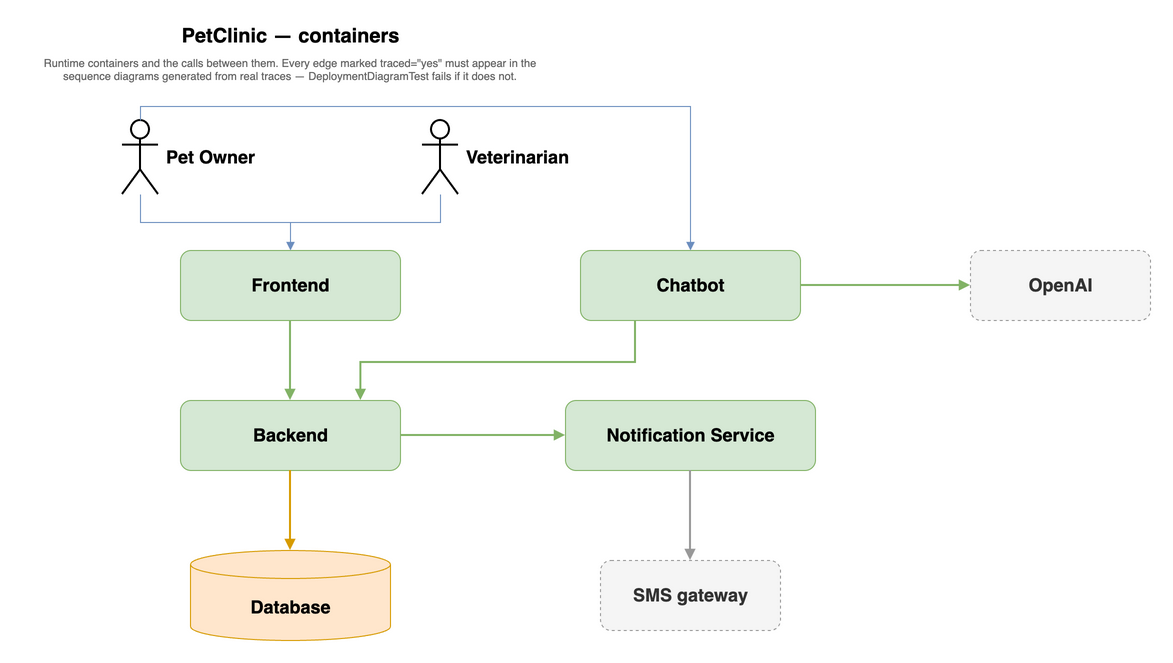
victorrentea/petclinic keeps this draw.io diagram as petclinic-backend/docs/Deployment.drawio.png. Above is the earlier version. Source tidied: cells renumbered, new cells last; positions are measured from the earlier drawing's top-left corner, leaving out a move shared by most shapes.
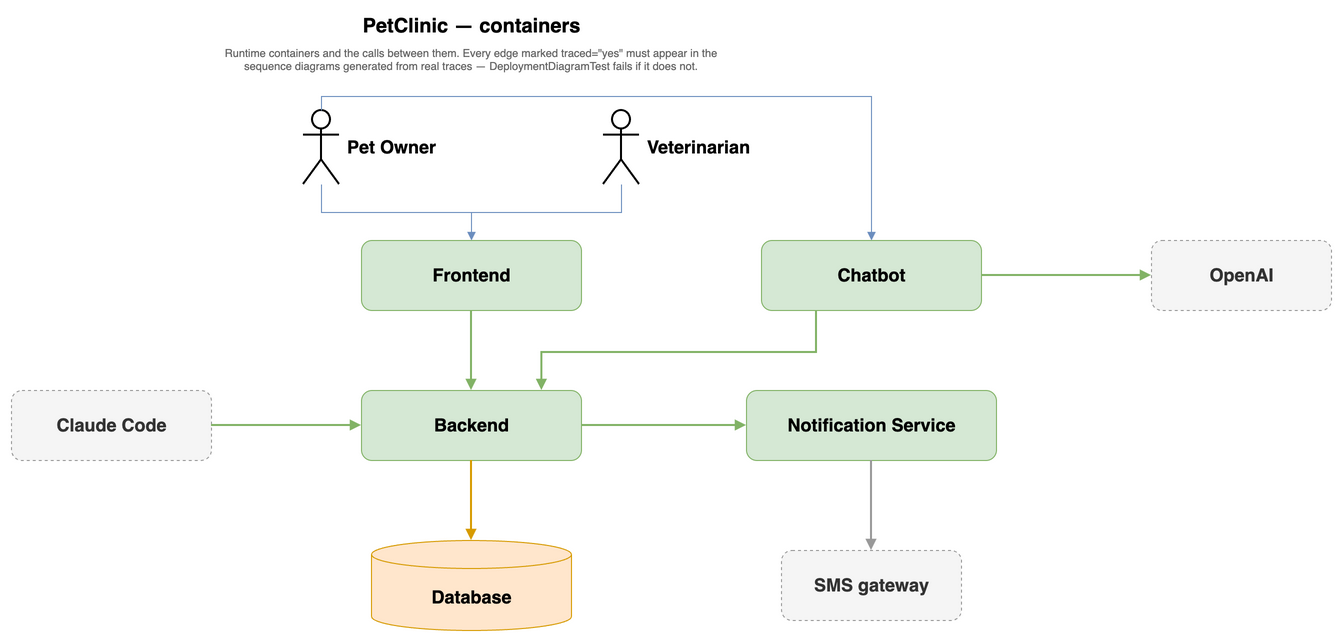
After the commit.

Commit message:
Diagrama de deployment: Claude Code apare ca al doilea client MCP al backend-ului

What changed in the source:
```diff
@@ -73,5 +73,11 @@
     <mxCell id="21" style="edgeStyle=orthogonalEdgeStyle;rounded=0;html=1;labelBackgroundColor=#FFFFFF;endArrow=block;strokeWidth=2;strokeColor=#999999;fontSize=11;" parent="1" edge="1" source="13" target="20">
       <mxGeometry relative="1" as="geometry" />
     </mxCell>
+    <mxCell id="22" value="&lt;b&gt;Claude Code&lt;/b&gt;" style="rounded=1;whiteSpace=nowrap;html=1;fillColor=#f5f5f5;strokeColor=#999999;fontColor=#333333;dashed=1;fontSize=18;verticalAlign=middle;fontStyle=1;" parent="1" vertex="1">
+      <mxGeometry x="-190" y="380" width="200" height="70" as="geometry" />
+    </mxCell>
+    <mxCell id="23" style="edgeStyle=orthogonalEdgeStyle;rounded=0;html=1;labelBackgroundColor=#FFFFFF;endArrow=block;strokeWidth=2;strokeColor=#82b366;fontSize=11;exitX=1;exitY=0.5;exitDx=0;exitDy=0;entryX=0;entryY=0.5;entryDx=0;entryDy=0;" parent="1" edge="1" source="22" target="7">
+      <mxGeometry relative="1" as="geometry" />
+    </mxCell>
   </root>
 </mxGraphModel>
```
